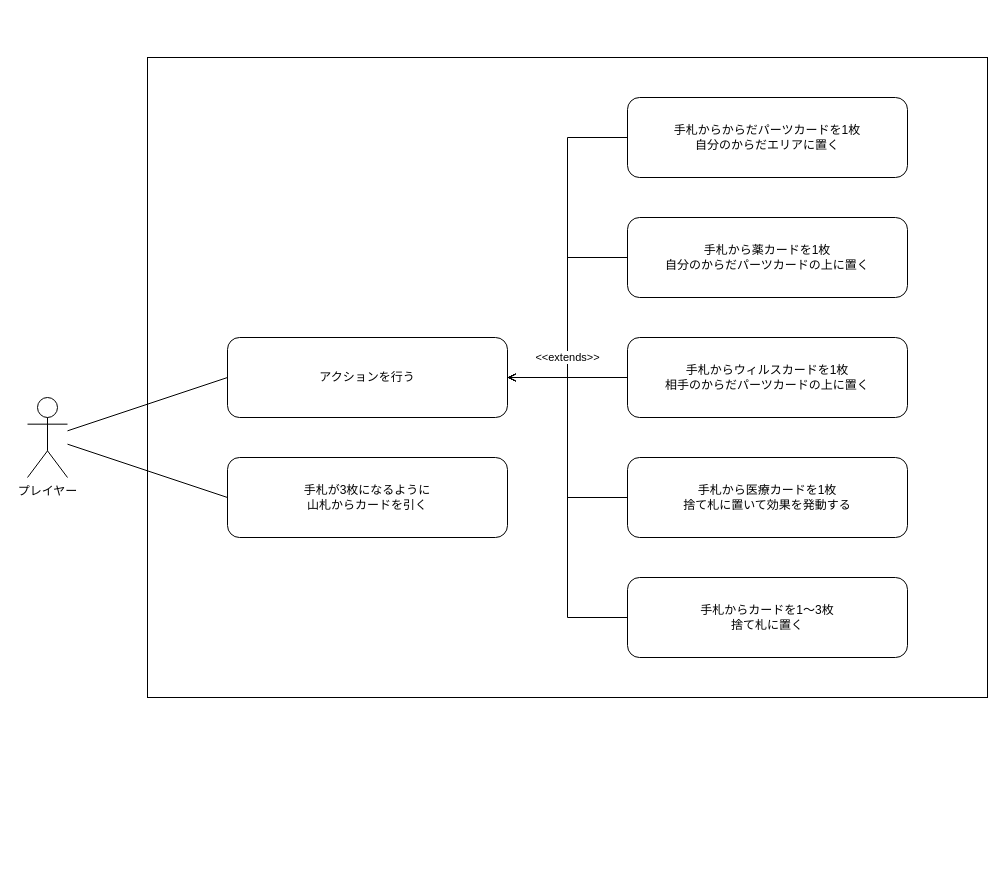
The draw.io diagram page "ユースケース" (2 of 3) of app/doc/sudo-modeling.drawio in wako-p/vs-virus, before the edit. Source tidied: cells renumbered, new cells numbered last; positions are measured from the earlier drawing's top-left corner, leaving out a move shared by most shapes. Both pictures are drawn from the tidied source at 100%, with x=0, y=0 at pixel (27, 57).
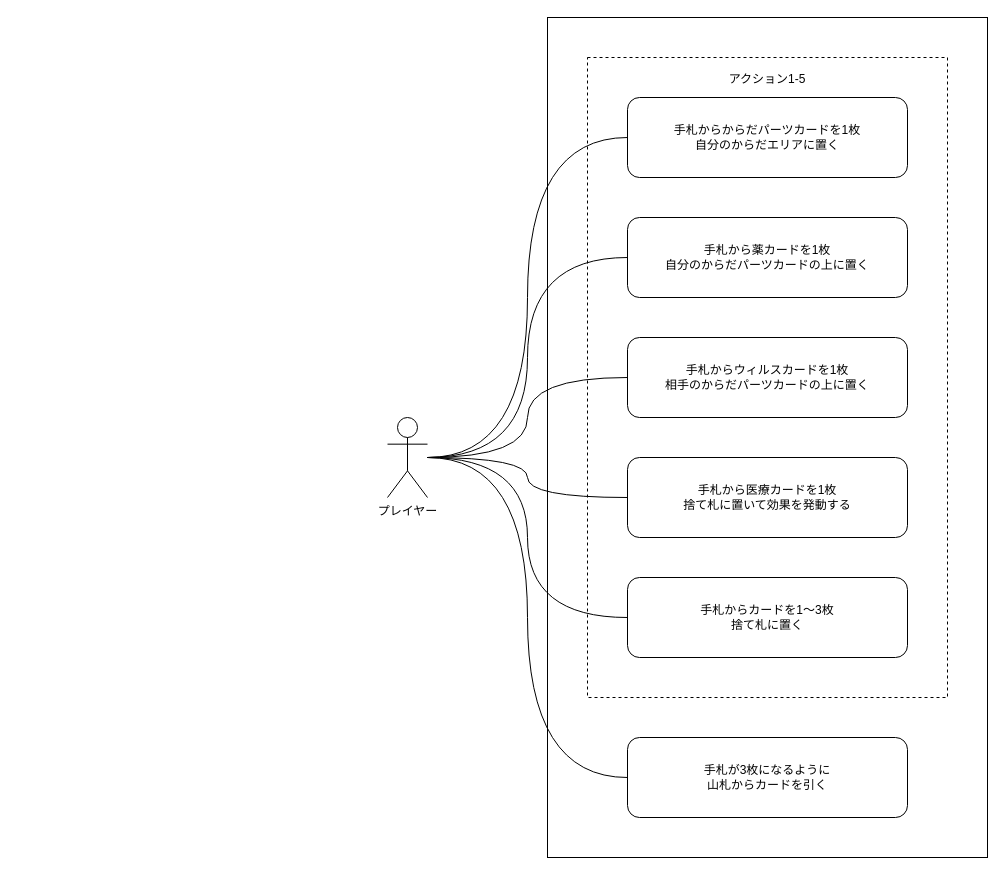
The same page after the edit.

Change to the diagram source:
```diff
@@
 <mxGraphModel>
   <root>
     <mxCell id="0" />
     <mxCell id="1" parent="0" />
     <mxCell id="2" style="rounded=0;whiteSpace=wrap;html=1;fillColor=none;" parent="1" vertex="1">
-      <mxGeometry x="120" width="840" height="640" as="geometry" />
+      <mxGeometry x="520" y="-40" width="440" height="840" as="geometry" />
     </mxCell>
-    <mxCell id="3" value="アクションを行う" style="rounded=1;whiteSpace=wrap;html=1;" parent="1" vertex="1">
-      <mxGeometry x="200" y="280" width="280" height="80" as="geometry" />
-    </mxCell>
     <mxCell id="4" value="手札が3枚になるように&lt;br&gt;山札からカードを引く" style="rounded=1;whiteSpace=wrap;html=1;" parent="1" vertex="1">
-      <mxGeometry x="200" y="400" width="280" height="80" as="geometry" />
+      <mxGeometry x="600" y="680" width="280" height="80" as="geometry" />
     </mxCell>
     <mxCell id="5" value="手札からからだパーツカードを1枚&lt;br&gt;自分のからだエリアに置く" style="rounded=1;whiteSpace=wrap;html=1;" parent="1" vertex="1">
       <mxGeometry x="600" y="40" width="280" height="80" as="geometry" />
     </mxCell>
     <mxCell id="6" value="手札からカードを1〜3枚&lt;br&gt;捨て札に置く" style="rounded=1;whiteSpace=wrap;html=1;" parent="1" vertex="1">
       <mxGeometry x="600" y="520" width="280" height="80" as="geometry" />
     </mxCell>
     <mxCell id="7" value="プレイヤー" style="shape=umlActor;verticalLabelPosition=bottom;verticalAlign=top;html=1;outlineConnect=0;" parent="1" vertex="1">
-      <mxGeometry y="340" width="40" height="80" as="geometry" />
+      <mxGeometry x="360" y="360" width="40" height="80" as="geometry" />
     </mxCell>
-    <mxCell id="8" style="endArrow=none;html=1;rounded=0;entryX=0;entryY=0.5;entryDx=0;entryDy=0;startArrow=open;startFill=0;exitX=1;exitY=0.5;exitDx=0;exitDy=0;edgeStyle=orthogonalEdgeStyle;" parent="1" edge="1" source="3" target="5">
+    <mxCell id="8" style="endArrow=none;html=1;rounded=0;entryX=0;entryY=0.5;entryDx=0;entryDy=0;startArrow=none;startFill=0;edgeStyle=orthogonalEdgeStyle;curved=1;" parent="1" edge="1" source="7" target="5">
       <mxGeometry relative="1" as="geometry" />
     </mxCell>
-    <mxCell id="9" style="endArrow=none;html=1;rounded=0;startArrow=open;startFill=0;exitX=1;exitY=0.5;exitDx=0;exitDy=0;entryX=0;entryY=0.5;entryDx=0;entryDy=0;edgeStyle=orthogonalEdgeStyle;" parent="1" edge="1" source="3" target="13">
+    <mxCell id="9" style="endArrow=none;html=1;rounded=0;startArrow=none;startFill=0;entryX=0;entryY=0.5;entryDx=0;entryDy=0;edgeStyle=orthogonalEdgeStyle;curved=1;" parent="1" edge="1" source="7" target="13">
       <mxGeometry relative="1" as="geometry" />
     </mxCell>
-    <mxCell id="10" style="endArrow=none;html=1;rounded=0;entryX=0;entryY=0.5;entryDx=0;entryDy=0;" parent="1" edge="1" source="7" target="3">
-      <mxGeometry relative="1" as="geometry" />
-    </mxCell>
-    <mxCell id="11" style="endArrow=none;html=1;rounded=0;entryX=0;entryY=0.5;entryDx=0;entryDy=0;" parent="1" edge="1" source="7" target="4">
+    <mxCell id="11" style="endArrow=none;html=1;rounded=0;entryX=0;entryY=0.5;entryDx=0;entryDy=0;edgeStyle=orthogonalEdgeStyle;curved=1;" parent="1" edge="1" source="7" target="4">
       <mxGeometry relative="1" as="geometry" />
     </mxCell>
     <mxCell id="12" value="手札からウィルスカードを1枚&lt;br&gt;相手のからだパーツカードの上に置く" style="rounded=1;whiteSpace=wrap;html=1;" parent="1" vertex="1">
       <mxGeometry x="600" y="280" width="280" height="80" as="geometry" />
     </mxCell>
     <mxCell id="13" value="手札から薬カードを1枚&lt;br&gt;自分のからだパーツカードの上に置く" style="rounded=1;whiteSpace=wrap;html=1;" parent="1" vertex="1">
       <mxGeometry x="600" y="160" width="280" height="80" as="geometry" />
     </mxCell>
-    <mxCell id="14" value="&amp;lt;&amp;lt;extends&amp;gt;&amp;gt;" style="endArrow=none;html=1;rounded=0;startArrow=open;startFill=0;exitX=1;exitY=0.5;exitDx=0;exitDy=0;entryX=0;entryY=0.5;entryDx=0;entryDy=0;edgeStyle=orthogonalEdgeStyle;" parent="1" edge="1" source="3" target="12">
+    <mxCell id="14" style="endArrow=none;html=1;rounded=0;startArrow=none;startFill=0;entryX=0;entryY=0.5;entryDx=0;entryDy=0;edgeStyle=orthogonalEdgeStyle;curved=1;" parent="1" edge="1" source="7" target="12">
       <mxGeometry y="20" relative="1" as="geometry" />
     </mxCell>
-    <mxCell id="15" style="endArrow=none;html=1;rounded=0;startArrow=open;startFill=0;exitX=1;exitY=0.5;exitDx=0;exitDy=0;entryX=0;entryY=0.5;entryDx=0;entryDy=0;edgeStyle=orthogonalEdgeStyle;" parent="1" edge="1" source="3" target="6">
+    <mxCell id="15" style="endArrow=none;html=1;rounded=0;startArrow=none;startFill=0;entryX=0;entryY=0.5;entryDx=0;entryDy=0;edgeStyle=orthogonalEdgeStyle;curved=1;" parent="1" edge="1" source="7" target="6">
       <mxGeometry relative="1" as="geometry" />
     </mxCell>
     <mxCell id="16" value="手札から医療カードを1枚&lt;br&gt;捨て札に置いて効果を発動する" style="rounded=1;whiteSpace=wrap;html=1;" parent="1" vertex="1">
       <mxGeometry x="600" y="400" width="280" height="80" as="geometry" />
     </mxCell>
-    <mxCell id="17" style="endArrow=none;html=1;rounded=0;startArrow=open;startFill=0;exitX=1;exitY=0.5;exitDx=0;exitDy=0;entryX=0;entryY=0.5;entryDx=0;entryDy=0;edgeStyle=orthogonalEdgeStyle;" parent="1" edge="1" source="3" target="16">
+    <mxCell id="17" style="endArrow=none;html=1;rounded=0;startArrow=none;startFill=0;entryX=0;entryY=0.5;entryDx=0;entryDy=0;edgeStyle=orthogonalEdgeStyle;curved=1;" parent="1" edge="1" source="7" target="16">
       <mxGeometry relative="1" as="geometry" />
     </mxCell>
+    <mxCell id="18" value="アクション1-5" style="rounded=0;whiteSpace=wrap;html=1;fillColor=none;verticalAlign=top;spacing=10;dashed=1;" parent="1" vertex="1">
+      <mxGeometry x="560" width="360" height="640" as="geometry" />
+    </mxCell>
   </root>
 </mxGraphModel>
```
